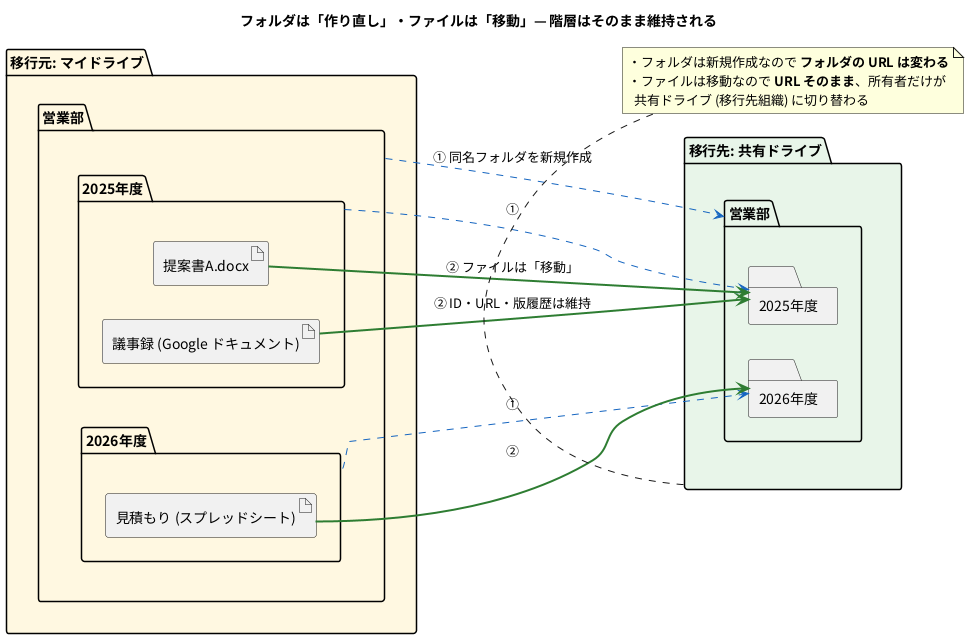
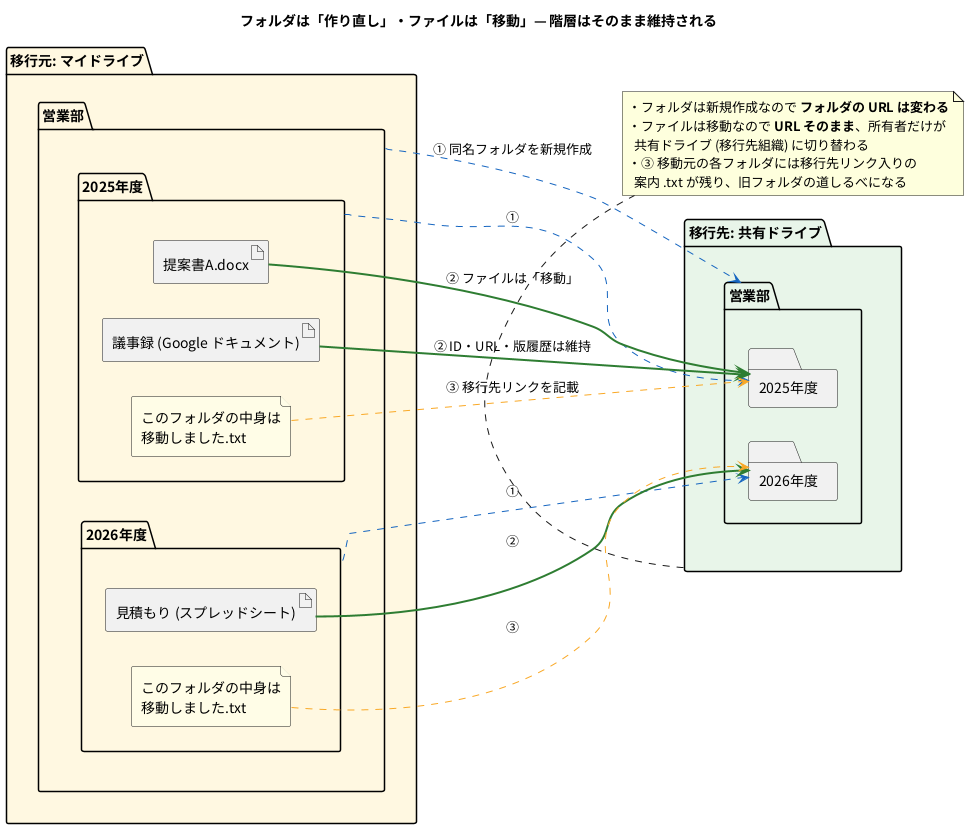
@startuml 07_folder_mapping
skinparam defaultFontName "Noto Sans CJK JP"
skinparam shadowing false
left to right direction
title フォルダは「作り直し」・ファイルは「移動」— 階層はそのまま維持される

folder "移行元: マイドライブ" as SRC #FFF8E1 {
  folder "営業部" as s0 {
    folder "2025年度" as s1 {
      artifact "提案書A.docx" as f1
      artifact "議事録 (Google ドキュメント)" as f2
+       file "このフォルダの中身は\n移動しました.txt" as b1 #FFFDE7
    }
    folder "2026年度" as s2 {
      artifact "見積もり (スプレッドシート)" as f3
+       file "このフォルダの中身は\n移動しました.txt" as b2 #FFFDE7
    }
  }
}

folder "移行先: 共有ドライブ" as DST #E8F5E9 {
  folder "営業部" as d0 {
    folder "2025年度" as d1
    folder "2026年度" as d2
  }
}

s0 .[#1565C0].> d0 : ① 同名フォルダを新規作成
s1 .[#1565C0].> d1 : ①
s2 .[#1565C0].> d2 : ①
f1 -[#2E7D32,bold]-> d1 : ② ファイルは「移動」
f2 -[#2E7D32,bold]-> d1 : ② ID・URL・版履歴は維持
f3 -[#2E7D32,bold]-> d2 : ②
+ b1 .[#F9A825].> d1 : ③ 移行先リンクを記載
+ b2 .[#F9A825].> d2 : ③

note bottom of DST
  ・フォルダは新規作成なので **フォルダの URL は変わる**
  ・ファイルは移動なので **URL そのまま**、所有者だけが
    共有ドライブ (移行先組織) に切り替わる
+   ・③ 移動元の各フォルダには移行先リンク入りの
+     案内 .txt が残り、旧フォルダの道しるべになる
end note
@enduml
